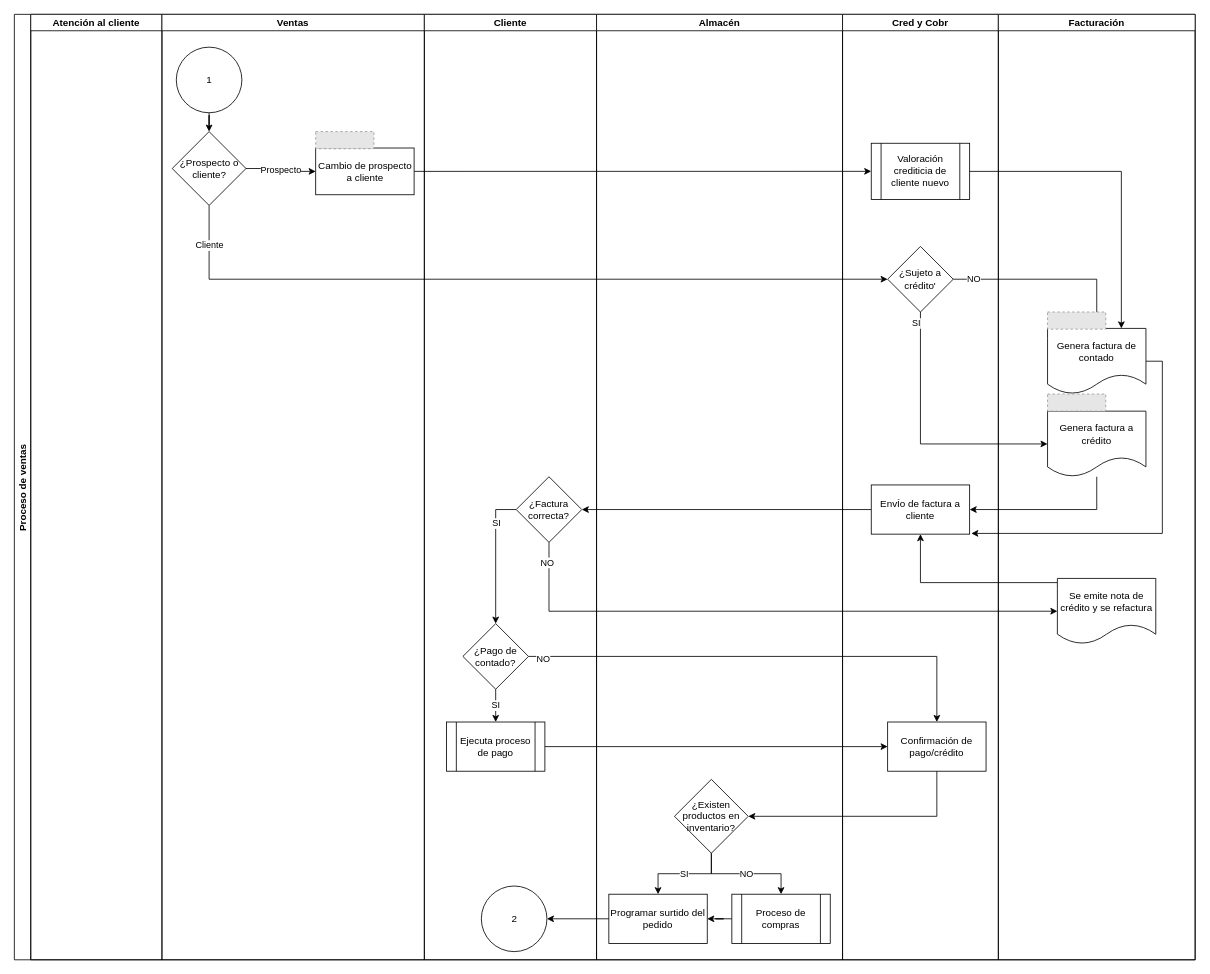
FerAran/Flowchart keeps this draw.io diagram as page "Page-2" (2 of 3) of 172285_Arandia_Proceso ventas (adaptado).drawio.drawio. Above is the earlier version. Source tidied: cells renumbered, new cells numbered last; positions are measured from the earlier drawing's top-left corner, leaving out a move shared by most shapes. Both pictures are drawn from the tidied source at 82%, with x=0, y=0 at pixel (14, 14). Pictures stored in the file or linked from it are replaced by grey dashed boxes.
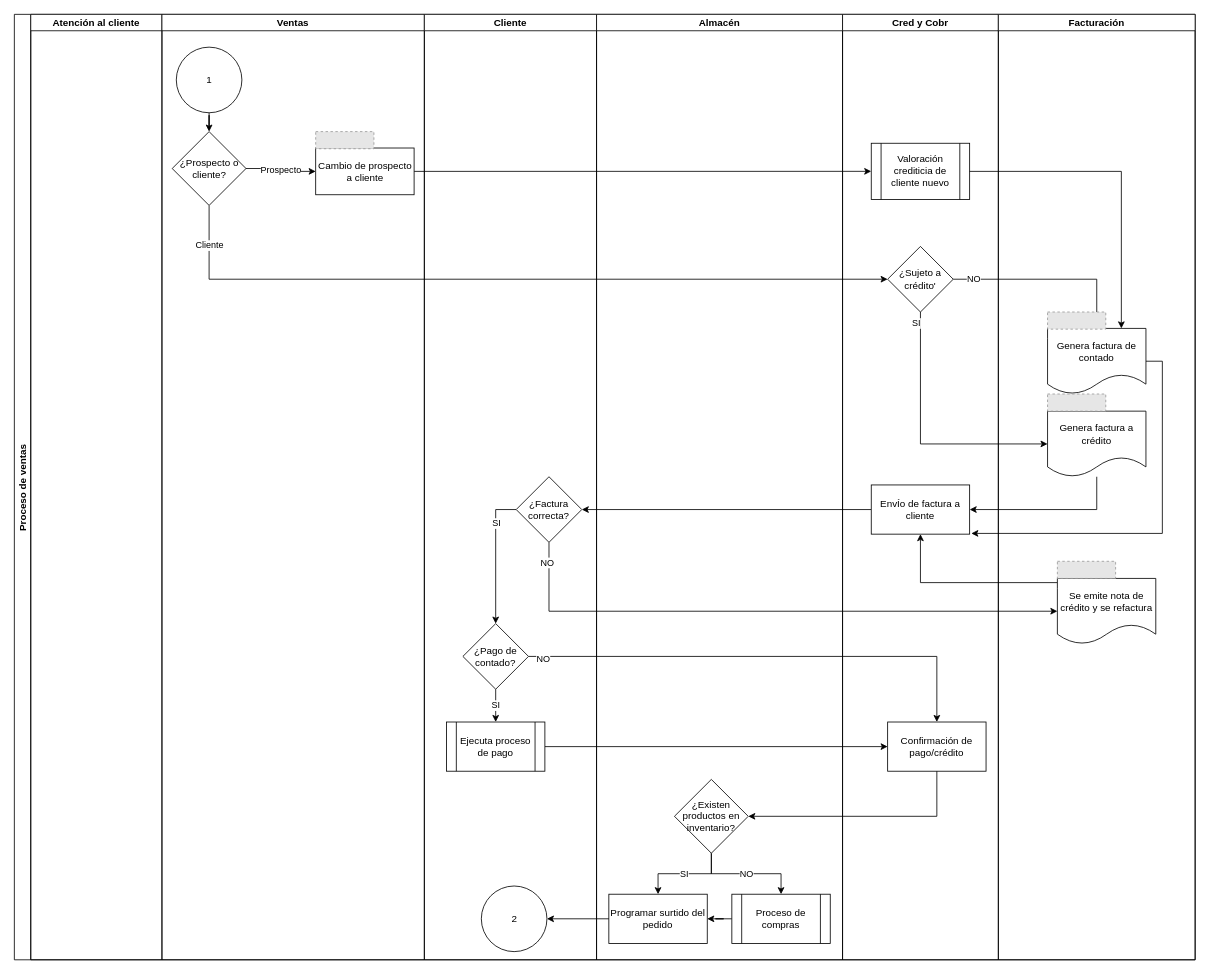
The same diagram, later.

Unchanged cells that the change refers to:
```xml
<mxCell id="44" value="Facturación" style="swimlane;startSize=20;" parent="2" vertex="1">
  <mxGeometry x="1200" width="240" height="1153" as="geometry" />
</mxCell>
```

The edit, as a diff of the source:
```diff
@@
+    <mxCell id="53" style="fillColor=#E6E6E6;strokeColor=#999999;dashed=1;verticalLabelPosition=bottom;labelBackgroundColor=default;verticalAlign=top;" parent="44" vertex="1">
+      <mxGeometry x="72" y="667" width="71" height="20.9" as="geometry" />
+    </mxCell>
```
